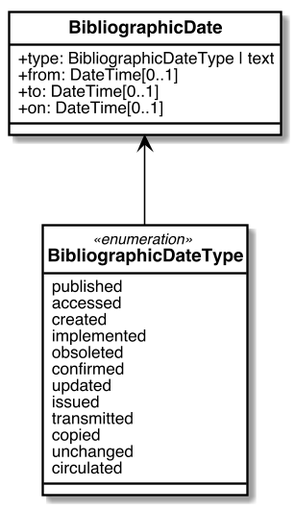
relaton/relaton-models keeps this PlantUML diagram as images/RelBib_Date.png. Above is the earlier version.
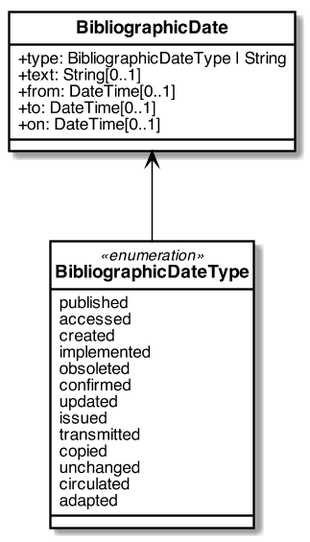
The same file after the commit.

Change to the diagram source:
```diff
@@ -41,7 +41,8 @@
 
 
 class BibliographicDate {
-    +type: BibliographicDateType | text
+    +type: BibliographicDateType | String
+    +text: String[0..1]
     +from: DateTime[0..1]
     +to: DateTime[0..1]
     +on: DateTime[0..1]
@@ -60,6 +61,7 @@
     copied
     unchanged
     circulated
+    adapted
 }
 
 
```
